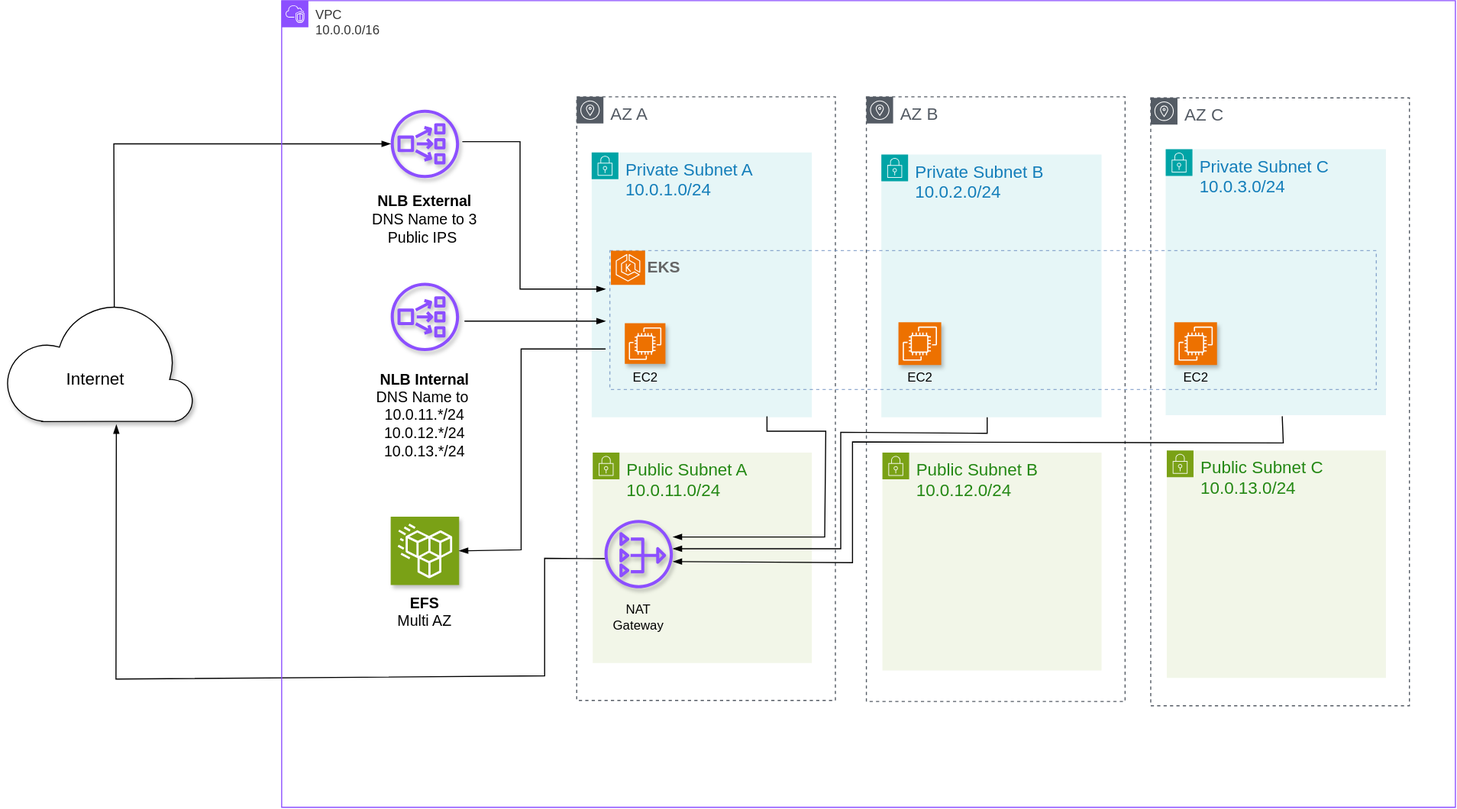
This is docs/eks-terraform.svg from rizvn/eks-terraform, a draw.io export, as it was before one commit. Source tidied: cells renumbered, new cells last; positions are measured from the earlier drawing's top-left corner, leaving out a move shared by most shapes.
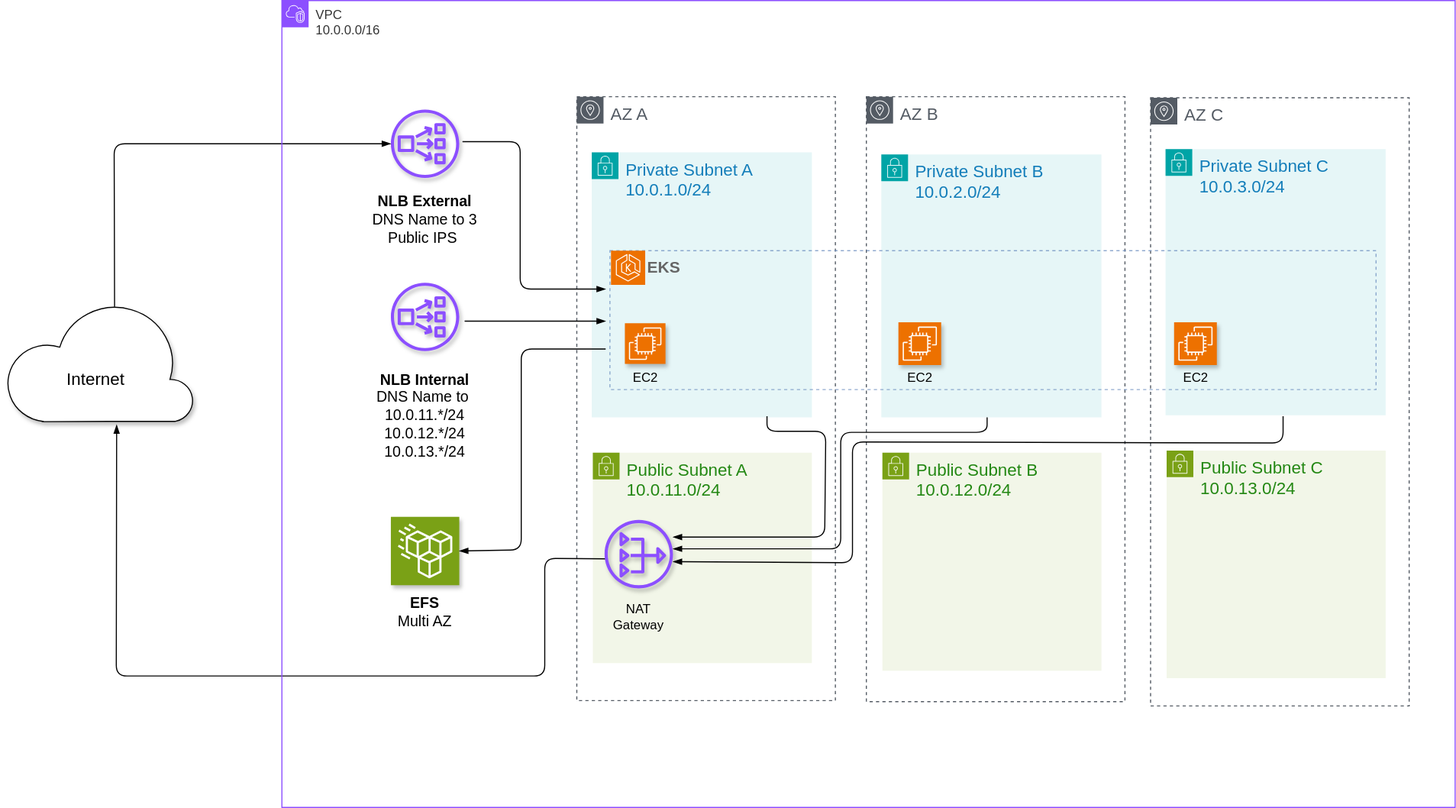
The same diagram one commit later.

Diff of the diagram source:
```diff
@@ -86,13 +86,13 @@
     <mxCell id="29" value="EFS&lt;div&gt;&lt;span style=&quot;font-weight: normal;&quot;&gt;Multi AZ&lt;/span&gt;&lt;/div&gt;" style="text;html=1;align=center;verticalAlign=middle;whiteSpace=wrap;rounded=0;fontSize=14;fontStyle=1;" parent="1" vertex="1">
       <mxGeometry x="363" y="550" width="60" height="44" as="geometry" />
     </mxCell>
-    <mxCell id="30" style="endArrow=blockThin;html=1;rounded=0;endFill=1;" parent="1" edge="1">
+    <mxCell id="30" style="endArrow=blockThin;html=1;rounded=1;endFill=1;curved=0;" parent="1" edge="1">
       <mxGeometry relative="1" as="geometry">
         <mxPoint x="430" y="300" as="sourcePoint" />
         <mxPoint x="562" y="300" as="targetPoint" />
       </mxGeometry>
     </mxCell>
-    <mxCell id="31" style="endArrow=blockThin;html=1;rounded=0;endFill=1;" parent="1" edge="1">
+    <mxCell id="31" style="endArrow=blockThin;html=1;rounded=1;endFill=1;curved=0;" parent="1" edge="1">
       <mxGeometry relative="1" as="geometry">
         <mxPoint x="428" y="132" as="sourcePoint" />
         <mxPoint x="562" y="270" as="targetPoint" />
@@ -102,7 +102,7 @@
         </Array>
       </mxGeometry>
     </mxCell>
-    <mxCell id="32" style="endArrow=none;html=1;rounded=0;exitX=1;exitY=0.5;exitDx=0;exitDy=0;exitPerimeter=0;endFill=0;startArrow=blockThin;startFill=1;" parent="1" edge="1" source="28">
+    <mxCell id="32" style="endArrow=none;html=1;rounded=1;exitX=1;exitY=0.5;exitDx=0;exitDy=0;exitPerimeter=0;endFill=0;startArrow=blockThin;startFill=1;curved=0;" parent="1" edge="1" source="28">
       <mxGeometry relative="1" as="geometry">
         <mxPoint x="562" y="326" as="targetPoint" />
         <Array as="points">
@@ -111,20 +111,20 @@
         </Array>
       </mxGeometry>
     </mxCell>
-    <mxCell id="33" style="endArrow=blockThin;html=1;rounded=0;exitX=0.58;exitY=0.05;exitDx=0;exitDy=0;exitPerimeter=0;endFill=1;" parent="1" edge="1" source="35" target="12">
+    <mxCell id="33" style="endArrow=blockThin;html=1;rounded=1;exitX=0.58;exitY=0.05;exitDx=0;exitDy=0;exitPerimeter=0;endFill=1;curved=0;" parent="1" edge="1" source="35" target="12">
       <mxGeometry relative="1" as="geometry">
         <Array as="points">
           <mxPoint x="102" y="134" />
         </Array>
       </mxGeometry>
     </mxCell>
-    <mxCell id="34" style="endArrow=blockThin;html=1;rounded=0;entryX=0.591;entryY=1.025;entryDx=0;entryDy=0;entryPerimeter=0;endFill=1;" parent="1" edge="1" target="35">
+    <mxCell id="34" style="endArrow=blockThin;html=1;rounded=1;entryX=0.591;entryY=1.025;entryDx=0;entryDy=0;entryPerimeter=0;endFill=1;curved=0;" parent="1" edge="1" target="35">
       <mxGeometry relative="1" as="geometry">
         <mxPoint x="564" y="522.3" as="sourcePoint" />
         <Array as="points">
           <mxPoint x="505" y="522" />
           <mxPoint x="505" y="632" />
-          <mxPoint x="104" y="635" />
+          <mxPoint x="104" y="632" />
         </Array>
       </mxGeometry>
     </mxCell>
@@ -140,7 +140,7 @@
     <mxCell id="38" value="VPC&amp;nbsp;&lt;div&gt;10.0.0.0/16&lt;/div&gt;" style="gradientColor=none;html=1;whiteSpace=wrap;fontSize=12;fontStyle=0;shape=mxgraph.aws4.group;grIcon=mxgraph.aws4.group_vpc2;strokeColor=#8C4FFF;fillColor=none;verticalAlign=top;align=left;spacingLeft=30;fontColor=#333333;dashed=0;" parent="1" vertex="1">
       <mxGeometry x="259" width="1098" height="755" as="geometry" />
     </mxCell>
-    <mxCell id="39" style="endArrow=blockThin;html=1;rounded=0;curved=0;endFill=1;" parent="38" edge="1">
+    <mxCell id="39" style="endArrow=blockThin;html=1;rounded=1;curved=0;endFill=1;" parent="38" edge="1">
       <mxGeometry relative="1" as="geometry">
         <mxPoint x="454" y="389" as="sourcePoint" />
         <mxPoint x="366" y="502" as="targetPoint" />
@@ -154,20 +154,20 @@
     <mxCell id="40" value="Internet" style="text;html=1;align=center;verticalAlign=middle;whiteSpace=wrap;rounded=0;fontSize=16;" parent="1" vertex="1">
       <mxGeometry x="55" y="339" width="60" height="30" as="geometry" />
     </mxCell>
-    <mxCell id="41" style="endArrow=blockThin;html=1;rounded=0;curved=0;endFill=1;" parent="1" edge="1">
+    <mxCell id="41" style="endArrow=blockThin;html=1;rounded=1;curved=0;endFill=1;" parent="1" edge="1">
       <mxGeometry relative="1" as="geometry">
         <mxPoint x="919" y="390" as="sourcePoint" />
         <mxPoint x="625" y="513" as="targetPoint" />
         <Array as="points">
-          <mxPoint x="919" y="405" />
+          <mxPoint x="919" y="404" />
           <mxPoint x="782" y="404" />
           <mxPoint x="782" y="513" />
         </Array>
       </mxGeometry>
     </mxCell>
-    <mxCell id="42" style="endArrow=blockThin;html=1;rounded=0;curved=0;endFill=1;" parent="1" edge="1">
+    <mxCell id="42" style="endArrow=blockThin;html=1;rounded=1;curved=0;endFill=1;" parent="1" edge="1">
       <mxGeometry relative="1" as="geometry">
-        <mxPoint x="1195" y="389" as="sourcePoint" />
+        <mxPoint x="1196" y="389" as="sourcePoint" />
         <mxPoint x="625" y="525" as="targetPoint" />
         <Array as="points">
           <mxPoint x="1196" y="414" />
```
